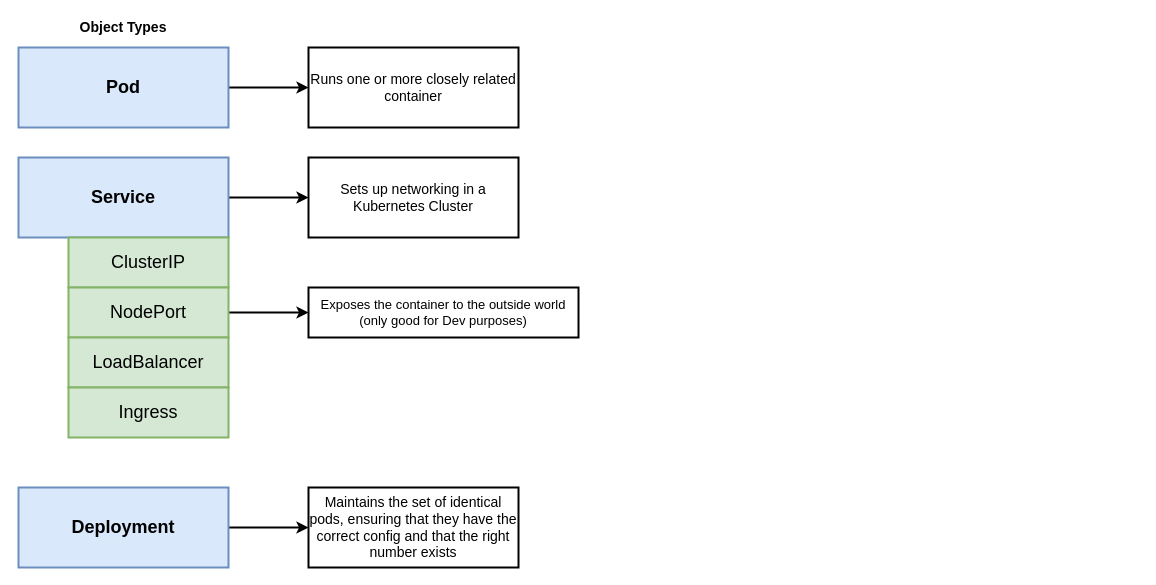
micheal08/mylearningdata keeps this draw.io diagram as page "Pods_Services" (6 of 7) of kubernetes/Kubernetes_Cluster.drawio. Above is the earlier version. Source tidied: cells renumbered, new cells numbered last; positions are measured from the earlier drawing's top-left corner, leaving out a move shared by most shapes. Both pictures are drawn from the tidied source at 100%, with x=0, y=0 at pixel (18, 17).
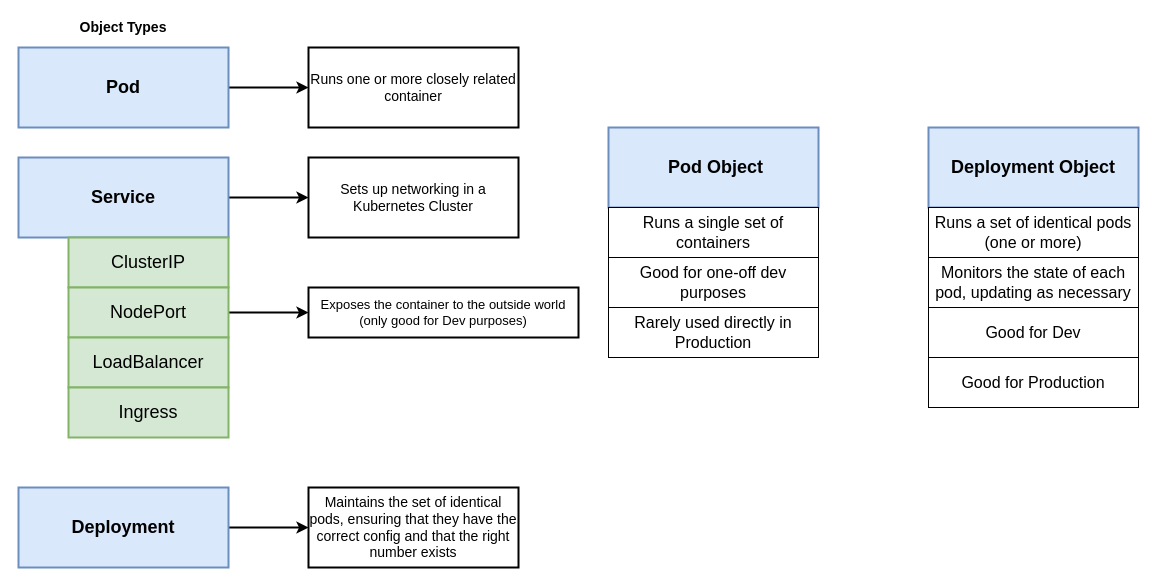
After the change.

Commit message:
Pod and deployment object features

Change to the diagram source:
```diff
@@
+    <mxCell id="18" value="&amp;nbsp;Pod Object" style="rounded=0;whiteSpace=wrap;html=1;strokeWidth=2;fontSize=18;align=center;fillColor=#dae8fc;strokeColor=#6c8ebf;fontStyle=1;" parent="1" vertex="1">
+      <mxGeometry x="590" y="110" width="210" height="80" as="geometry" />
+    </mxCell>
+    <mxCell id="19" value="Deployment Object" style="rounded=0;whiteSpace=wrap;html=1;strokeWidth=2;fontSize=18;align=center;fillColor=#dae8fc;strokeColor=#6c8ebf;fontStyle=1;" parent="1" vertex="1">
+      <mxGeometry x="910" y="110" width="210" height="80" as="geometry" />
+    </mxCell>
+    <mxCell id="20" value="Runs a single set of containers" style="rounded=0;whiteSpace=wrap;html=1;labelBackgroundColor=none;strokeWidth=1;fontSize=16;align=center;fontStyle=0;" parent="1" vertex="1">
+      <mxGeometry x="590" y="190" width="210" height="50" as="geometry" />
+    </mxCell>
+    <mxCell id="21" value="Good for one-off dev purposes" style="rounded=0;whiteSpace=wrap;html=1;labelBackgroundColor=none;strokeWidth=1;fontSize=16;align=center;fontStyle=0;" parent="1" vertex="1">
+      <mxGeometry x="590" y="240" width="210" height="50" as="geometry" />
+    </mxCell>
+    <mxCell id="22" value="Rarely used directly in Production" style="rounded=0;whiteSpace=wrap;html=1;labelBackgroundColor=none;strokeWidth=1;fontSize=16;align=center;fontStyle=0;" parent="1" vertex="1">
+      <mxGeometry x="590" y="290" width="210" height="50" as="geometry" />
+    </mxCell>
+    <mxCell id="23" value="Runs a set of identical pods (one or more)" style="rounded=0;whiteSpace=wrap;html=1;labelBackgroundColor=none;strokeWidth=1;fontSize=16;align=center;fontStyle=0;" parent="1" vertex="1">
+      <mxGeometry x="910" y="190" width="210" height="50" as="geometry" />
+    </mxCell>
+    <mxCell id="24" value="Monitors the state of each pod, updating as necessary" style="rounded=0;whiteSpace=wrap;html=1;labelBackgroundColor=none;strokeWidth=1;fontSize=16;align=center;fontStyle=0;" parent="1" vertex="1">
+      <mxGeometry x="910" y="240" width="210" height="50" as="geometry" />
+    </mxCell>
+    <mxCell id="25" value="Good for Dev" style="rounded=0;whiteSpace=wrap;html=1;labelBackgroundColor=none;strokeWidth=1;fontSize=16;align=center;fontStyle=0;" parent="1" vertex="1">
+      <mxGeometry x="910" y="290" width="210" height="50" as="geometry" />
+    </mxCell>
+    <mxCell id="26" value="Good for Production" style="rounded=0;whiteSpace=wrap;html=1;labelBackgroundColor=none;strokeWidth=1;fontSize=16;align=center;fontStyle=0;" parent="1" vertex="1">
+      <mxGeometry x="910" y="340" width="210" height="50" as="geometry" />
+    </mxCell>
```
